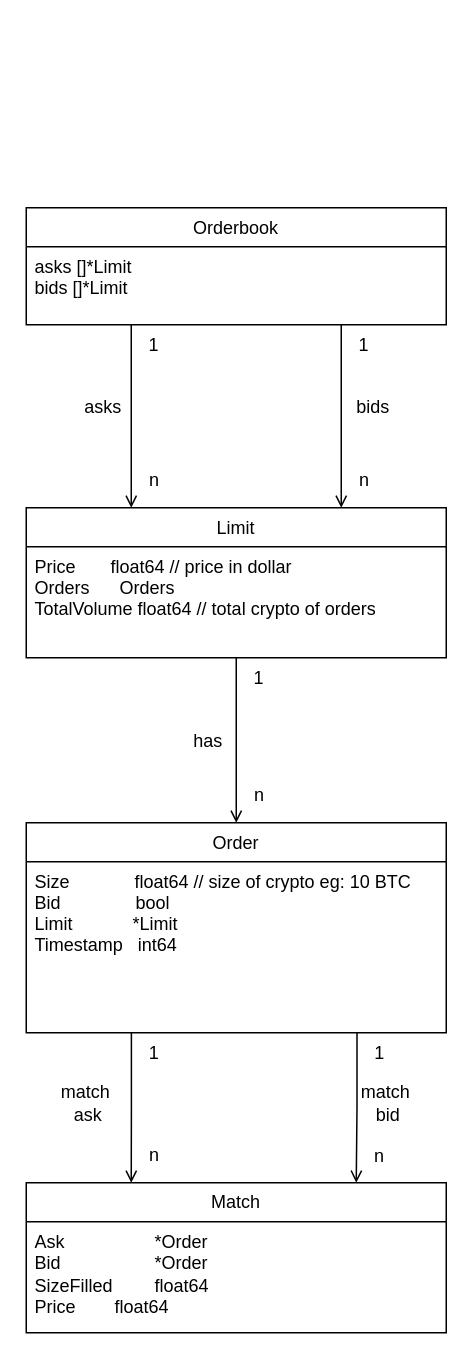
The draw.io diagram obm-struct-diagram.drawio in diantanjung/order-book-matching, before the edit. Source tidied: cells renumbered, new cells numbered last; positions are measured from the earlier drawing's top-left corner, leaving out a move shared by most shapes. Both pictures are drawn from the tidied source at 150%, with x=0, y=0 at pixel (26, 207).
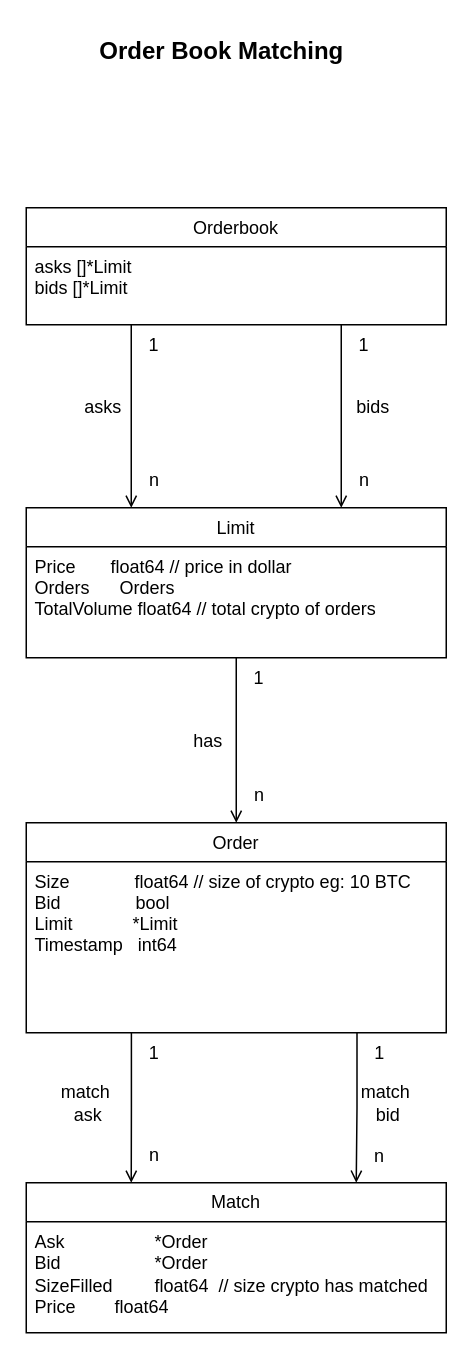
Above is the later version.

Unchanged cells that the change refers to:
```xml
<mxCell id="16" value="Match" style="swimlane;fontStyle=0;horizontal=1;startSize=26;fillColor=none;whiteSpace=wrap;html=1;" parent="1" vertex="1">
  <mxGeometry y="650" width="280" height="100" as="geometry" />
</mxCell>
```

Diff of the diagram source:
```diff
@@
-    <mxCell id="17" value="Ask&amp;nbsp;&amp;nbsp;&amp;nbsp;&amp;nbsp;&amp;nbsp;&amp;nbsp;&amp;nbsp; &lt;span style=&quot;white-space: pre;&quot;&gt;&#9;&lt;/span&gt;&lt;span style=&quot;white-space: pre;&quot;&gt;&#9;&lt;/span&gt;*Order&lt;br&gt;Bid&amp;nbsp;&amp;nbsp;&amp;nbsp;&amp;nbsp;&amp;nbsp;&amp;nbsp;&amp;nbsp; &lt;span style=&quot;white-space: pre;&quot;&gt;&#9;&lt;span style=&quot;white-space: pre;&quot;&gt;&#9;&lt;/span&gt;&lt;/span&gt;*Order&lt;br&gt;SizeFilled &lt;span style=&quot;white-space: pre;&quot;&gt;&#9;&lt;/span&gt;float64&lt;br&gt;Price&amp;nbsp;&amp;nbsp;&amp;nbsp;&amp;nbsp;&amp;nbsp; &lt;span style=&quot;white-space: pre;&quot;&gt;&#9;&lt;/span&gt;float64" style="text;strokeColor=none;fillColor=none;align=left;verticalAlign=top;spacingLeft=4;spacingRight=4;overflow=hidden;whiteSpace=wrap;html=1;" parent="16" vertex="1">
+    <mxCell id="17" value="Ask&amp;nbsp;&amp;nbsp;&amp;nbsp;&amp;nbsp;&amp;nbsp;&amp;nbsp;&amp;nbsp; &lt;span style=&quot;white-space: pre;&quot;&gt;&#9;&lt;/span&gt;&lt;span style=&quot;white-space: pre;&quot;&gt;&#9;&lt;/span&gt;*Order&lt;br&gt;Bid&amp;nbsp;&amp;nbsp;&amp;nbsp;&amp;nbsp;&amp;nbsp;&amp;nbsp;&amp;nbsp; &lt;span style=&quot;white-space: pre;&quot;&gt;&#9;&lt;span style=&quot;white-space: pre;&quot;&gt;&#9;&lt;/span&gt;&lt;/span&gt;*Order&lt;br&gt;SizeFilled &lt;span style=&quot;white-space: pre;&quot;&gt;&#9;&lt;/span&gt;float64&amp;nbsp; // size crypto has matched&lt;br&gt;Price&amp;nbsp;&amp;nbsp;&amp;nbsp;&amp;nbsp;&amp;nbsp; &lt;span style=&quot;white-space: pre;&quot;&gt;&#9;&lt;/span&gt;float64" style="text;strokeColor=none;fillColor=none;align=left;verticalAlign=top;spacingLeft=4;spacingRight=4;overflow=hidden;whiteSpace=wrap;html=1;" parent="16" vertex="1">
       <mxGeometry y="26" width="280" height="74" as="geometry" />
     </mxCell>
@@
+    <mxCell id="30" value="&lt;font style=&quot;font-size: 16px;&quot;&gt;Order Book Matching&lt;/font&gt;" style="text;align=center;fontStyle=1;verticalAlign=middle;spacingLeft=3;spacingRight=3;strokeColor=none;html=1;fontSize=24;" parent="1" vertex="1">
+      <mxGeometry x="90" y="-120" width="80" height="26" as="geometry" />
+    </mxCell>
```
